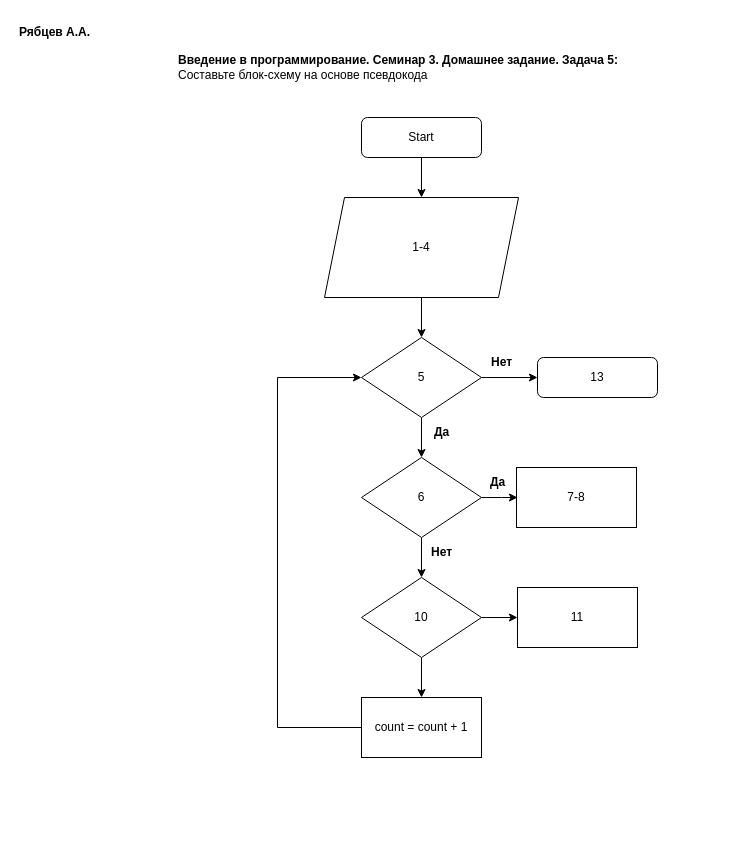
This is 2022.12.13_HW_3-5.drawio from kask1n/Programming_Introguction, a draw.io file, before an edit. Source tidied: cells renumbered, new cells numbered last; positions are measured from the earlier drawing's top-left corner, leaving out a move shared by most shapes. Both pictures are drawn from the tidied source at 100%, with x=0, y=0 at pixel (17, 17).
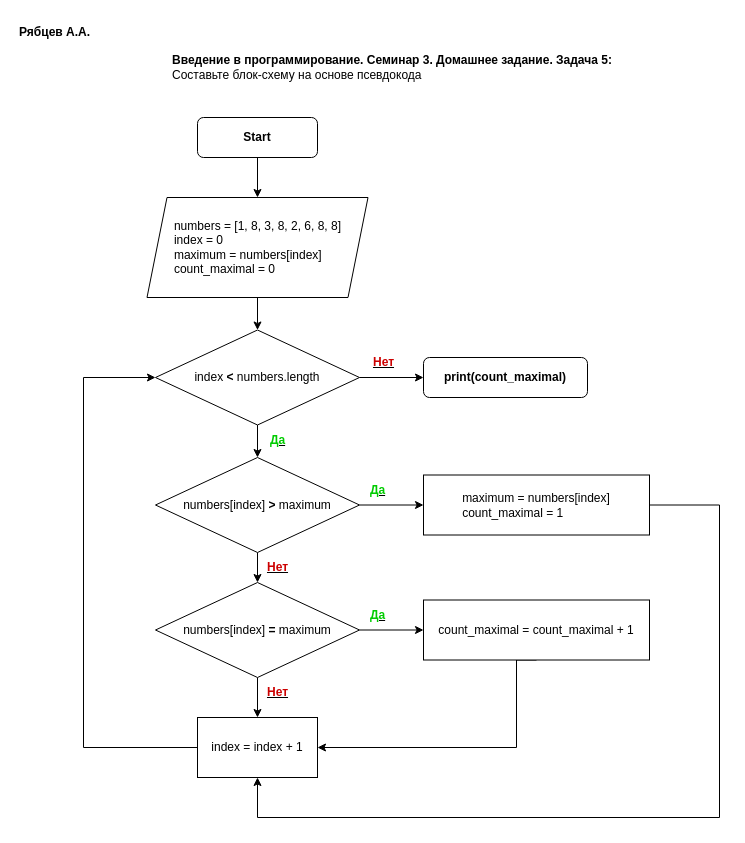
The same diagram, later.

Diff of the diagram source:
```diff
@@
-    <mxCell id="4" value="Start" style="rounded=1;whiteSpace=wrap;html=1;fontSize=12;glass=0;strokeWidth=1;shadow=0;" parent="1" vertex="1">
-      <mxGeometry x="344" y="100" width="120" height="40" as="geometry" />
+    <mxCell id="4" value="&lt;b&gt;Start&lt;/b&gt;" style="rounded=1;whiteSpace=wrap;html=1;fontSize=12;glass=0;strokeWidth=1;shadow=0;" parent="1" vertex="1">
+      <mxGeometry x="180" y="100" width="120" height="40" as="geometry" />
     </mxCell>
-    <mxCell id="5" value="13" style="rounded=1;whiteSpace=wrap;html=1;fontSize=12;glass=0;strokeWidth=1;shadow=0;" parent="1" vertex="1">
-      <mxGeometry x="520" y="340" width="120" height="40" as="geometry" />
+    <mxCell id="5" value="&lt;b&gt;print(count_maximal)&lt;/b&gt;" style="rounded=1;whiteSpace=wrap;html=1;fontSize=12;glass=0;strokeWidth=1;shadow=0;" parent="1" vertex="1">
+      <mxGeometry x="406" y="340" width="164" height="40" as="geometry" />
     </mxCell>
-    <mxCell id="6" style="edgeStyle=orthogonalEdgeStyle;rounded=0;jettySize=auto;html=1;" parent="1" edge="1" source="7" target="11">
-      <mxGeometry relative="1" as="geometry" />
-    </mxCell>
+    <mxCell id="26" style="edgeStyle=orthogonalEdgeStyle;rounded=0;jettySize=auto;html=1;" parent="1" edge="1" source="7" target="34">
+      <mxGeometry relative="1" as="geometry" />
+    </mxCell>
-    <mxCell id="7" value="1-4" style="shape=parallelogram;perimeter=parallelogramPerimeter;whiteSpace=wrap;html=1;fixedSize=1;" parent="1" vertex="1">
-      <mxGeometry x="307" y="180" width="194" height="100" as="geometry" />
+    <mxCell id="7" value="&lt;div style=&quot;text-align: justify;&quot;&gt;&lt;span style=&quot;background-color: initial;&quot;&gt;numbers = [1, 8, 3, 8, 2, 6, 8, 8]&lt;/span&gt;&lt;/div&gt;&lt;div style=&quot;text-align: justify;&quot;&gt;&lt;span style=&quot;background-color: initial;&quot;&gt;index = 0&lt;/span&gt;&lt;/div&gt;&lt;div style=&quot;text-align: justify;&quot;&gt;&lt;span style=&quot;background-color: initial;&quot;&gt;maximum = numbers[index]&lt;/span&gt;&lt;/div&gt;&lt;div style=&quot;text-align: justify;&quot;&gt;&lt;span style=&quot;background-color: initial;&quot;&gt;count_maximal = 0&lt;/span&gt;&lt;/div&gt;" style="shape=parallelogram;perimeter=parallelogramPerimeter;whiteSpace=wrap;html=1;fixedSize=1;" parent="1" vertex="1">
+      <mxGeometry x="129.5" y="180" width="221" height="100" as="geometry" />
     </mxCell>
     <mxCell id="8" value="&lt;b&gt;Введение в программирование. Семинар 3. Домашнее задание. Задача 5:&lt;br&gt;&lt;/b&gt;&lt;div&gt;Составьте блок-схему на основе псевдокода&lt;br&gt;&lt;/div&gt;" style="text;html=1;align=left;verticalAlign=middle;strokeColor=none;fillColor=none;" parent="1" vertex="1">
-      <mxGeometry x="159" y="30" width="460" height="40" as="geometry" />
+      <mxGeometry x="153" y="30" width="460" height="40" as="geometry" />
     </mxCell>
-    <mxCell id="9" style="edgeStyle=orthogonalEdgeStyle;rounded=0;jettySize=auto;html=1;" parent="1" edge="1" source="11" target="5">
-      <mxGeometry relative="1" as="geometry" />
-    </mxCell>
-    <mxCell id="10" style="edgeStyle=orthogonalEdgeStyle;rounded=0;jettySize=auto;html=1;" parent="1" edge="1" source="11" target="17">
-      <mxGeometry relative="1" as="geometry" />
-    </mxCell>
-    <mxCell id="11" value="5" style="rhombus;whiteSpace=wrap;html=1;" parent="1" vertex="1">
-      <mxGeometry x="344" y="320" width="120" height="80" as="geometry" />
-    </mxCell>
-    <mxCell id="12" value="&lt;b&gt;Да&lt;/b&gt;" style="text;html=1;align=center;verticalAlign=middle;strokeColor=none;fillColor=none;" parent="1" vertex="1">
-      <mxGeometry x="404" y="400" width="40" height="30" as="geometry" />
+    <mxCell id="12" value="&lt;b&gt;&lt;u&gt;&lt;font color=&quot;#00cc00&quot;&gt;Да&lt;/font&gt;&lt;/u&gt;&lt;/b&gt;" style="text;html=1;align=center;verticalAlign=middle;strokeColor=none;fillColor=none;" parent="1" vertex="1">
+      <mxGeometry x="240" y="407.5" width="40" height="30" as="geometry" />
     </mxCell>
-    <mxCell id="13" value="&lt;b&gt;Нет&lt;/b&gt;" style="text;html=1;align=center;verticalAlign=middle;strokeColor=none;fillColor=none;" parent="1" vertex="1">
-      <mxGeometry x="464" y="330" width="40" height="30" as="geometry" />
+    <mxCell id="13" value="&lt;b&gt;&lt;u&gt;&lt;font color=&quot;#cc0000&quot;&gt;Нет&lt;/font&gt;&lt;/u&gt;&lt;/b&gt;" style="text;html=1;align=center;verticalAlign=middle;strokeColor=none;fillColor=none;" parent="1" vertex="1">
+      <mxGeometry x="346" y="330" width="40" height="30" as="geometry" />
     </mxCell>
-    <mxCell id="14" style="edgeStyle=orthogonalEdgeStyle;rounded=0;jettySize=auto;html=1;entryX=0;entryY=0.5;entryDx=0;entryDy=0;exitX=0;exitY=0.5;exitDx=0;exitDy=0;" parent="1" edge="1" source="24" target="11">
+    <mxCell id="14" style="edgeStyle=orthogonalEdgeStyle;rounded=0;jettySize=auto;html=1;entryX=0;entryY=0.5;entryDx=0;entryDy=0;exitX=0;exitY=0.5;exitDx=0;exitDy=0;" parent="1" edge="1" source="24" target="34">
       <mxGeometry relative="1" as="geometry">
         <Array as="points">
-          <mxPoint x="260" y="710" />
-          <mxPoint x="260" y="360" />
+          <mxPoint x="66" y="730" />
+          <mxPoint x="66" y="360" />
         </Array>
       </mxGeometry>
     </mxCell>
-    <mxCell id="15" style="edgeStyle=orthogonalEdgeStyle;rounded=0;jettySize=auto;html=1;" parent="1" edge="1" source="17">
-      <mxGeometry relative="1" as="geometry">
-        <mxPoint x="500" y="480" as="targetPoint" />
-      </mxGeometry>
-    </mxCell>
-    <mxCell id="16" style="edgeStyle=orthogonalEdgeStyle;rounded=0;jettySize=auto;html=1;" parent="1" edge="1" source="17" target="22">
-      <mxGeometry relative="1" as="geometry" />
-    </mxCell>
-    <mxCell id="17" value="6" style="rhombus;whiteSpace=wrap;html=1;" parent="1" vertex="1">
-      <mxGeometry x="344" y="440" width="120" height="80" as="geometry" />
-    </mxCell>
-    <mxCell id="18" value="&lt;b&gt;Да&lt;/b&gt;" style="text;html=1;align=center;verticalAlign=middle;strokeColor=none;fillColor=none;" parent="1" vertex="1">
-      <mxGeometry x="460" y="450" width="40" height="30" as="geometry" />
-    </mxCell>
-    <mxCell id="19" value="&lt;b&gt;Нет&lt;/b&gt;" style="text;html=1;align=center;verticalAlign=middle;strokeColor=none;fillColor=none;" parent="1" vertex="1">
-      <mxGeometry x="404" y="520" width="40" height="30" as="geometry" />
+    <mxCell id="19" value="&lt;b&gt;&lt;u&gt;&lt;font color=&quot;#cc0000&quot;&gt;Нет&lt;/font&gt;&lt;/u&gt;&lt;/b&gt;" style="text;html=1;align=center;verticalAlign=middle;strokeColor=none;fillColor=none;" parent="1" vertex="1">
+      <mxGeometry x="240" y="535" width="40" height="30" as="geometry" />
     </mxCell>
-    <mxCell id="20" style="edgeStyle=orthogonalEdgeStyle;rounded=0;jettySize=auto;html=1;" parent="1" edge="1" source="22" target="25">
-      <mxGeometry relative="1" as="geometry" />
-    </mxCell>
-    <mxCell id="21" style="edgeStyle=orthogonalEdgeStyle;rounded=0;jettySize=auto;html=1;" parent="1" edge="1" source="22" target="24">
-      <mxGeometry relative="1" as="geometry" />
-    </mxCell>
-    <mxCell id="22" value="10" style="rhombus;whiteSpace=wrap;html=1;" parent="1" vertex="1">
-      <mxGeometry x="344" y="560" width="120" height="80" as="geometry" />
-    </mxCell>
-    <mxCell id="23" value="7-8" style="rounded=0;whiteSpace=wrap;html=1;" parent="1" vertex="1">
-      <mxGeometry x="499" y="450" width="120" height="60" as="geometry" />
-    </mxCell>
+    <mxCell id="27" style="edgeStyle=orthogonalEdgeStyle;rounded=0;jettySize=auto;html=1;entryX=0.5;entryY=1;entryDx=0;entryDy=0;exitX=1;exitY=0.5;exitDx=0;exitDy=0;" parent="1" edge="1" source="40" target="24">
+      <mxGeometry relative="1" as="geometry">
+        <Array as="points">
+          <mxPoint x="702" y="488" />
+          <mxPoint x="702" y="800" />
+          <mxPoint x="240" y="800" />
+        </Array>
+      </mxGeometry>
+    </mxCell>
-    <mxCell id="24" value="count = count + 1" style="rounded=0;whiteSpace=wrap;html=1;" parent="1" vertex="1">
-      <mxGeometry x="344" y="680" width="120" height="60" as="geometry" />
+    <mxCell id="24" value="index = index + 1" style="rounded=0;whiteSpace=wrap;html=1;" parent="1" vertex="1">
+      <mxGeometry x="180" y="700" width="120" height="60" as="geometry" />
     </mxCell>
-    <mxCell id="25" value="11" style="rounded=0;whiteSpace=wrap;html=1;" parent="1" vertex="1">
-      <mxGeometry x="500" y="570" width="120" height="60" as="geometry" />
-    </mxCell>
+    <mxCell id="28" style="edgeStyle=orthogonalEdgeStyle;rounded=0;jettySize=auto;html=1;entryX=1;entryY=0.5;entryDx=0;entryDy=0;exitX=0.5;exitY=1;exitDx=0;exitDy=0;" parent="1" edge="1" source="39" target="24">
+      <mxGeometry relative="1" as="geometry">
+        <Array as="points">
+          <mxPoint x="499" y="730" />
+        </Array>
+      </mxGeometry>
+    </mxCell>
+    <mxCell id="29" style="edgeStyle=orthogonalEdgeStyle;rounded=0;jettySize=auto;html=1;" parent="1" edge="1" source="31" target="37">
+      <mxGeometry relative="1" as="geometry" />
+    </mxCell>
+    <mxCell id="30" style="edgeStyle=orthogonalEdgeStyle;rounded=0;jettySize=auto;html=1;" parent="1" edge="1" source="31" target="40">
+      <mxGeometry relative="1" as="geometry" />
+    </mxCell>
+    <mxCell id="31" value="numbers[index] &lt;b&gt;&amp;gt;&lt;/b&gt; maximum" style="rhombus;whiteSpace=wrap;html=1;" parent="1" vertex="1">
+      <mxGeometry x="138" y="440" width="204" height="95" as="geometry" />
+    </mxCell>
+    <mxCell id="32" style="edgeStyle=orthogonalEdgeStyle;rounded=0;jettySize=auto;html=1;" parent="1" edge="1" source="34" target="5">
+      <mxGeometry relative="1" as="geometry" />
+    </mxCell>
+    <mxCell id="33" style="edgeStyle=orthogonalEdgeStyle;rounded=0;jettySize=auto;html=1;" parent="1" edge="1" source="34" target="31">
+      <mxGeometry relative="1" as="geometry" />
+    </mxCell>
+    <mxCell id="34" value="index &lt;b&gt;&amp;lt;&lt;/b&gt; numbers.length" style="rhombus;whiteSpace=wrap;html=1;" parent="1" vertex="1">
+      <mxGeometry x="138" y="312.5" width="204" height="95" as="geometry" />
+    </mxCell>
+    <mxCell id="35" style="edgeStyle=orthogonalEdgeStyle;rounded=0;jettySize=auto;html=1;" parent="1" edge="1" source="37" target="24">
+      <mxGeometry relative="1" as="geometry" />
+    </mxCell>
+    <mxCell id="36" style="edgeStyle=orthogonalEdgeStyle;rounded=0;jettySize=auto;html=1;" parent="1" edge="1" source="37" target="39">
+      <mxGeometry relative="1" as="geometry" />
+    </mxCell>
+    <mxCell id="37" value="numbers[index] &lt;b&gt;=&lt;/b&gt; maximum" style="rhombus;whiteSpace=wrap;html=1;" parent="1" vertex="1">
+      <mxGeometry x="138" y="565" width="204" height="95" as="geometry" />
+    </mxCell>
+    <mxCell id="38" value="&lt;b&gt;&lt;u&gt;&lt;font color=&quot;#cc0000&quot;&gt;Нет&lt;/font&gt;&lt;/u&gt;&lt;/b&gt;" style="text;html=1;align=center;verticalAlign=middle;strokeColor=none;fillColor=none;" parent="1" vertex="1">
+      <mxGeometry x="240" y="660" width="40" height="30" as="geometry" />
+    </mxCell>
+    <mxCell id="39" value="count_maximal = count_maximal + 1" style="rounded=0;whiteSpace=wrap;html=1;" parent="1" vertex="1">
+      <mxGeometry x="406" y="582.5" width="226" height="60" as="geometry" />
+    </mxCell>
+    <mxCell id="40" value="&lt;div style=&quot;text-align: justify;&quot;&gt;&lt;span style=&quot;background-color: initial;&quot;&gt;maximum = numbers[index]&lt;/span&gt;&lt;/div&gt;&lt;div style=&quot;text-align: justify;&quot;&gt;&lt;span style=&quot;background-color: initial;&quot;&gt;count_maximal = 1&lt;/span&gt;&lt;/div&gt;" style="rounded=0;whiteSpace=wrap;html=1;" parent="1" vertex="1">
+      <mxGeometry x="406" y="457.5" width="226" height="60" as="geometry" />
+    </mxCell>
+    <mxCell id="41" value="&lt;b&gt;&lt;u&gt;&lt;font color=&quot;#00cc00&quot;&gt;Да&lt;/font&gt;&lt;/u&gt;&lt;/b&gt;" style="text;html=1;align=center;verticalAlign=middle;strokeColor=none;fillColor=none;" parent="1" vertex="1">
+      <mxGeometry x="340" y="457.5" width="40" height="30" as="geometry" />
+    </mxCell>
+    <mxCell id="42" value="&lt;b&gt;&lt;u&gt;&lt;font color=&quot;#00cc00&quot;&gt;Да&lt;/font&gt;&lt;/u&gt;&lt;/b&gt;" style="text;html=1;align=center;verticalAlign=middle;strokeColor=none;fillColor=none;" parent="1" vertex="1">
+      <mxGeometry x="340" y="582.5" width="40" height="30" as="geometry" />
+    </mxCell>
```
